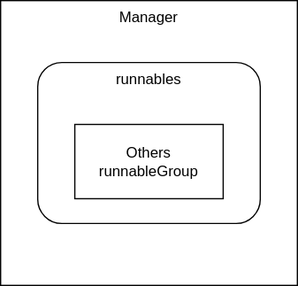
Earlier version of the draw.io export contents/kubernetes-operator/controller-runtime/builder/manager-perspective.drawio.svg (nakamasato/kubernetes-training). Source tidied: cells renumbered, new cells last; positions are measured from the earlier drawing's top-left corner, leaving out a move shared by most shapes. The source it was exported from:
```xml
<mxGraphModel>
  <root>
    <mxCell id="0" />
    <mxCell id="1" parent="0" />
    <mxCell id="2" value="Manager" style="rounded=0;whiteSpace=wrap;html=1;verticalAlign=top;" parent="1" vertex="1">
      <mxGeometry width="240" height="230" as="geometry" />
    </mxCell>
    <mxCell id="3" value="runnables" style="rounded=1;whiteSpace=wrap;html=1;verticalAlign=top;" parent="1" vertex="1">
      <mxGeometry x="30" y="50" width="180" height="130" as="geometry" />
    </mxCell>
    <mxCell id="4" value="Others&lt;br&gt;runnableGroup" style="rounded=0;whiteSpace=wrap;html=1;" parent="1" vertex="1">
      <mxGeometry x="60" y="100" width="120" height="60" as="geometry" />
    </mxCell>
  </root>
</mxGraphModel>
```
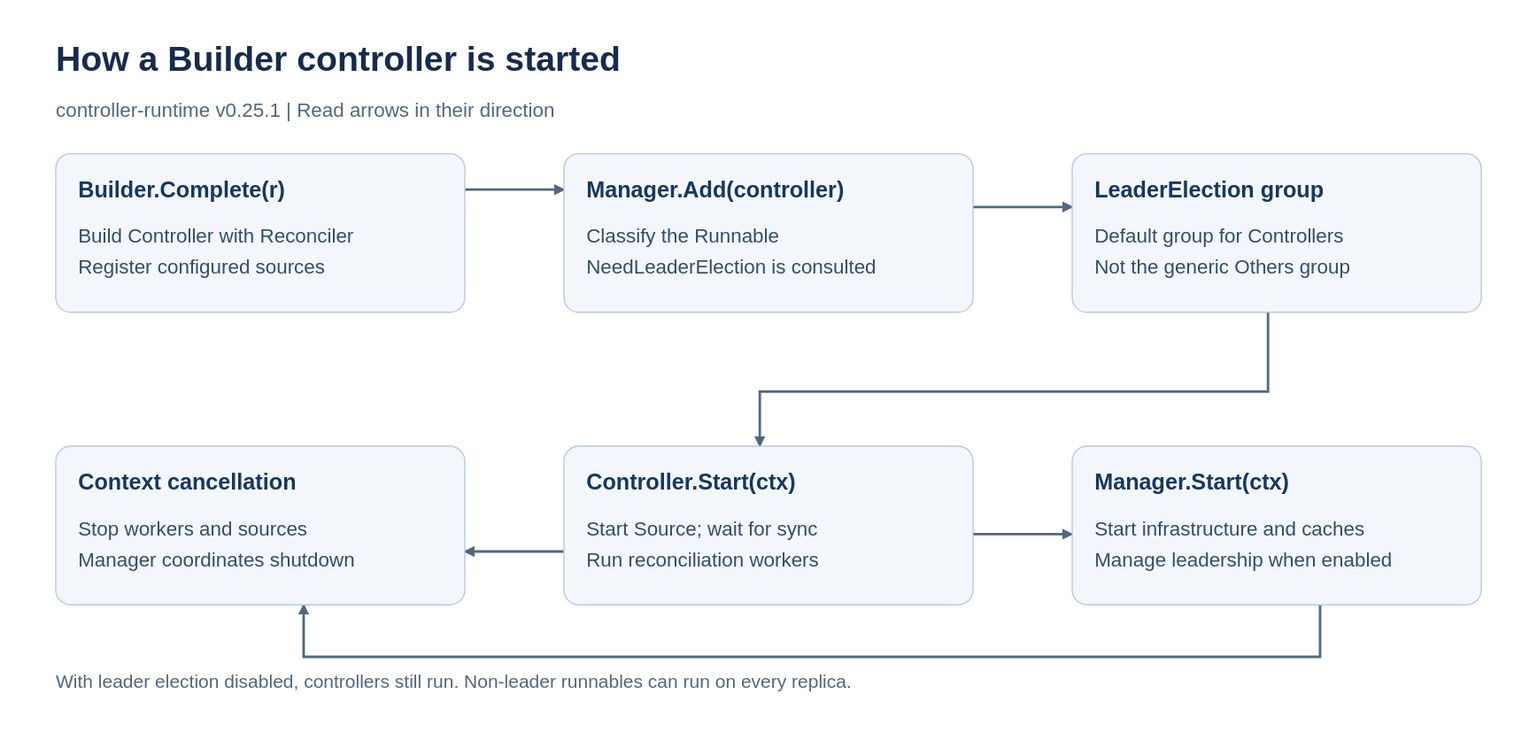
The same diagram one commit later.

Diff of the diagram source:
```diff
@@ -2,14 +2,96 @@
   <root>
     <mxCell id="0" />
     <mxCell id="1" parent="0" />
-    <mxCell id="2" value="Manager" style="rounded=0;whiteSpace=wrap;html=1;verticalAlign=top;" parent="1" vertex="1">
-      <mxGeometry width="240" height="230" as="geometry" />
-    </mxCell>
-    <mxCell id="3" value="runnables" style="rounded=1;whiteSpace=wrap;html=1;verticalAlign=top;" parent="1" vertex="1">
-      <mxGeometry x="30" y="50" width="180" height="130" as="geometry" />
-    </mxCell>
-    <mxCell id="4" value="Others&lt;br&gt;runnableGroup" style="rounded=0;whiteSpace=wrap;html=1;" parent="1" vertex="1">
-      <mxGeometry x="60" y="100" width="120" height="60" as="geometry" />
-    </mxCell>
+    <mxCell id="5" value="How a Builder controller is started" style="text;html=0;align=left;verticalAlign=middle;whiteSpace=wrap;fontFamily=Arial;fontSize=28;fontStyle=1;fontColor=#172B4D;" parent="1" vertex="1">
+      <mxGeometry x="-5" y="-115" width="1150" height="40" as="geometry" />
+    </mxCell>
+    <mxCell id="6" value="controller-runtime v0.25.1  |  Read arrows in their direction" style="text;html=0;align=left;verticalAlign=middle;whiteSpace=wrap;fontFamily=Arial;fontSize=16;fontColor=#52677F;" parent="1" vertex="1">
+      <mxGeometry x="-5" y="-65" width="1150" height="24" as="geometry" />
+    </mxCell>
+    <mxCell id="7" value="With leader election disabled, controllers still run. Non-leader runnables can run on every replica." style="text;html=0;align=left;verticalAlign=middle;whiteSpace=wrap;fontFamily=Arial;fontSize=15;fontColor=#52677F;" parent="1" vertex="1">
+      <mxGeometry x="-5" y="395" width="1150" height="48" as="geometry" />
+    </mxCell>
+    <mxCell id="8" style="exitX=1.0;exitY=0.2265625;entryX=0.0;entryY=0.2265625;edgeStyle=none;html=0;endArrow=block;endFill=1;strokeColor=#52677F;strokeWidth=2;" parent="1" edge="1" source="14" target="17">
+      <mxGeometry relative="1" as="geometry" />
+    </mxCell>
+    <mxCell id="9" style="exitX=1.0;exitY=0.3359375;entryX=0.0;entryY=0.3359375;edgeStyle=none;html=0;endArrow=block;endFill=1;strokeColor=#52677F;strokeWidth=2;" parent="1" edge="1" source="17" target="20">
+      <mxGeometry relative="1" as="geometry" />
+    </mxCell>
+    <mxCell id="10" style="exitX=0.47878787878787876;exitY=1.0;entryX=0.47878787878787876;entryY=0.0;edgeStyle=none;html=0;endArrow=block;endFill=1;strokeColor=#52677F;strokeWidth=2;" parent="1" edge="1" source="20" target="26">
+      <mxGeometry relative="1" as="geometry">
+        <Array as="points">
+          <mxPoint x="973" y="176" />
+          <mxPoint x="563" y="176" />
+        </Array>
+      </mxGeometry>
+    </mxCell>
+    <mxCell id="11" style="exitX=1.0;exitY=0.5546875;entryX=0.0;entryY=0.5546875;edgeStyle=none;html=0;endArrow=block;endFill=1;strokeColor=#52677F;strokeWidth=2;" parent="1" edge="1" source="26" target="29">
+      <mxGeometry relative="1" as="geometry" />
+    </mxCell>
+    <mxCell id="12" style="exitX=0.0;exitY=0.6640625;entryX=1.0;entryY=0.6640625;edgeStyle=none;html=0;endArrow=block;endFill=1;strokeColor=#52677F;strokeWidth=2;" parent="1" edge="1" source="26" target="23">
+      <mxGeometry relative="1" as="geometry" />
+    </mxCell>
+    <mxCell id="13" style="exitX=0.6060606060606061;exitY=1.0;entryX=0.6060606060606061;entryY=1.0;edgeStyle=none;html=0;endArrow=block;endFill=1;strokeColor=#52677F;strokeWidth=2;" parent="1" edge="1" source="29" target="23">
+      <mxGeometry relative="1" as="geometry">
+        <Array as="points">
+          <mxPoint x="1015" y="390" />
+          <mxPoint x="195" y="390" />
+        </Array>
+      </mxGeometry>
+    </mxCell>
+    <mxCell id="14" style="rounded=1;arcSize=12;html=0;fillColor=#F3F7FC;strokeColor=#B7C9E2;strokeWidth=1;" parent="1" vertex="1">
+      <mxGeometry x="-5" y="-16" width="330" height="128" as="geometry" />
+    </mxCell>
+    <mxCell id="15" value="Builder.Complete(r)" style="text;html=0;align=left;verticalAlign=middle;whiteSpace=wrap;fontFamily=Arial;fontSize=18;fontStyle=1;fontColor=#17375E;" parent="14" vertex="1">
+      <mxGeometry x="18" y="14" width="294" height="30" as="geometry" />
+    </mxCell>
+    <mxCell id="16" value="Build Controller with Reconciler&#10;Register configured sources" style="text;html=0;align=left;verticalAlign=middle;whiteSpace=wrap;fontFamily=Arial;fontSize=16;fontColor=#334E68;" parent="14" vertex="1">
+      <mxGeometry x="18" y="51" width="294" height="63" as="geometry" />
+    </mxCell>
+    <mxCell id="17" style="rounded=1;arcSize=12;html=0;fillColor=#F3F7FC;strokeColor=#B7C9E2;strokeWidth=1;" parent="1" vertex="1">
+      <mxGeometry x="405" y="-16" width="330" height="128" as="geometry" />
+    </mxCell>
+    <mxCell id="18" value="Manager.Add(controller)" style="text;html=0;align=left;verticalAlign=middle;whiteSpace=wrap;fontFamily=Arial;fontSize=18;fontStyle=1;fontColor=#17375E;" parent="17" vertex="1">
+      <mxGeometry x="18" y="14" width="294" height="30" as="geometry" />
+    </mxCell>
+    <mxCell id="19" value="Classify the Runnable&#10;NeedLeaderElection is consulted" style="text;html=0;align=left;verticalAlign=middle;whiteSpace=wrap;fontFamily=Arial;fontSize=16;fontColor=#334E68;" parent="17" vertex="1">
+      <mxGeometry x="18" y="51" width="294" height="63" as="geometry" />
+    </mxCell>
+    <mxCell id="20" style="rounded=1;arcSize=12;html=0;fillColor=#F3F7FC;strokeColor=#B7C9E2;strokeWidth=1;" parent="1" vertex="1">
+      <mxGeometry x="815" y="-16" width="330" height="128" as="geometry" />
+    </mxCell>
+    <mxCell id="21" value="LeaderElection group" style="text;html=0;align=left;verticalAlign=middle;whiteSpace=wrap;fontFamily=Arial;fontSize=18;fontStyle=1;fontColor=#17375E;" parent="20" vertex="1">
+      <mxGeometry x="18" y="14" width="294" height="30" as="geometry" />
+    </mxCell>
+    <mxCell id="22" value="Default group for Controllers&#10;Not the generic Others group" style="text;html=0;align=left;verticalAlign=middle;whiteSpace=wrap;fontFamily=Arial;fontSize=16;fontColor=#334E68;" parent="20" vertex="1">
+      <mxGeometry x="18" y="51" width="294" height="63" as="geometry" />
+    </mxCell>
+    <mxCell id="23" style="rounded=1;arcSize=12;html=0;fillColor=#F3F7FC;strokeColor=#B7C9E2;strokeWidth=1;" parent="1" vertex="1">
+      <mxGeometry x="-5" y="220" width="330" height="128" as="geometry" />
+    </mxCell>
+    <mxCell id="24" value="Context cancellation" style="text;html=0;align=left;verticalAlign=middle;whiteSpace=wrap;fontFamily=Arial;fontSize=18;fontStyle=1;fontColor=#17375E;" parent="23" vertex="1">
+      <mxGeometry x="18" y="14" width="294" height="30" as="geometry" />
+    </mxCell>
+    <mxCell id="25" value="Stop workers and sources&#10;Manager coordinates shutdown" style="text;html=0;align=left;verticalAlign=middle;whiteSpace=wrap;fontFamily=Arial;fontSize=16;fontColor=#334E68;" parent="23" vertex="1">
+      <mxGeometry x="18" y="51" width="294" height="63" as="geometry" />
+    </mxCell>
+    <mxCell id="26" style="rounded=1;arcSize=12;html=0;fillColor=#F3F7FC;strokeColor=#B7C9E2;strokeWidth=1;" parent="1" vertex="1">
+      <mxGeometry x="405" y="220" width="330" height="128" as="geometry" />
+    </mxCell>
+    <mxCell id="27" value="Controller.Start(ctx)" style="text;html=0;align=left;verticalAlign=middle;whiteSpace=wrap;fontFamily=Arial;fontSize=18;fontStyle=1;fontColor=#17375E;" parent="26" vertex="1">
+      <mxGeometry x="18" y="14" width="294" height="30" as="geometry" />
+    </mxCell>
+    <mxCell id="28" value="Start Source; wait for sync&#10;Run reconciliation workers" style="text;html=0;align=left;verticalAlign=middle;whiteSpace=wrap;fontFamily=Arial;fontSize=16;fontColor=#334E68;" parent="26" vertex="1">
+      <mxGeometry x="18" y="51" width="294" height="63" as="geometry" />
+    </mxCell>
+    <mxCell id="29" style="rounded=1;arcSize=12;html=0;fillColor=#F3F7FC;strokeColor=#B7C9E2;strokeWidth=1;" parent="1" vertex="1">
+      <mxGeometry x="815" y="220" width="330" height="128" as="geometry" />
+    </mxCell>
+    <mxCell id="30" value="Manager.Start(ctx)" style="text;html=0;align=left;verticalAlign=middle;whiteSpace=wrap;fontFamily=Arial;fontSize=18;fontStyle=1;fontColor=#17375E;" parent="29" vertex="1">
+      <mxGeometry x="18" y="14" width="294" height="30" as="geometry" />
+    </mxCell>
+    <mxCell id="31" value="Start infrastructure and caches&#10;Manage leadership when enabled" style="text;html=0;align=left;verticalAlign=middle;whiteSpace=wrap;fontFamily=Arial;fontSize=16;fontColor=#334E68;" parent="29" vertex="1">
+      <mxGeometry x="18" y="51" width="294" height="63" as="geometry" />
+    </mxCell>
   </root>
 </mxGraphModel>
```
